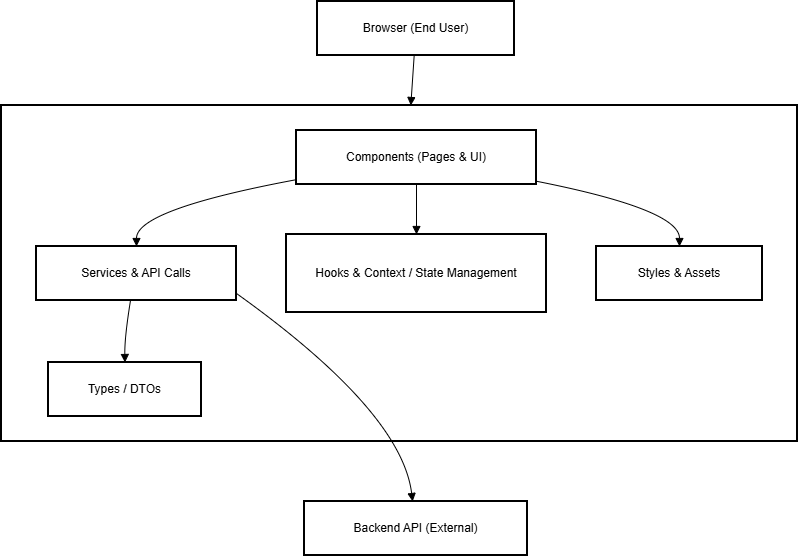
The draw.io diagram docs/diagrams/architecture/frontend-architecture-diagram.png in python-projects-fernando/ScheduleFlow, before a commit. Source tidied: cells renumbered, new cells last; positions are measured from the earlier drawing's top-left corner, leaving out a move shared by most shapes. The source it was exported from:
```xml
<mxGraphModel>
  <root>
    <mxCell id="0" />
    <mxCell id="1" parent="0" />
    <mxCell id="2" value="Frontend Application (React + Vite + TS)" style="whiteSpace=wrap;strokeWidth=2;" parent="1" vertex="1">
      <mxGeometry y="104" width="796" height="336" as="geometry" />
    </mxCell>
    <mxCell id="3" value="Browser (End User)" style="whiteSpace=wrap;strokeWidth=2;" parent="1" vertex="1">
      <mxGeometry x="316" width="197" height="54" as="geometry" />
    </mxCell>
    <mxCell id="4" value="Components (Pages &amp; UI)" style="whiteSpace=wrap;strokeWidth=2;" parent="1" vertex="1">
      <mxGeometry x="295" y="129" width="240" height="54" as="geometry" />
    </mxCell>
    <mxCell id="5" value="Services &amp; API Calls" style="whiteSpace=wrap;strokeWidth=2;" parent="1" vertex="1">
      <mxGeometry x="35" y="245" width="200" height="54" as="geometry" />
    </mxCell>
    <mxCell id="6" value="Hooks &amp; Context / State Management" style="whiteSpace=wrap;strokeWidth=2;" parent="1" vertex="1">
      <mxGeometry x="285" y="233" width="260" height="78" as="geometry" />
    </mxCell>
    <mxCell id="7" value="Types / DTOs" style="whiteSpace=wrap;strokeWidth=2;" parent="1" vertex="1">
      <mxGeometry x="47" y="361" width="153" height="54" as="geometry" />
    </mxCell>
    <mxCell id="8" value="Styles &amp; Assets" style="whiteSpace=wrap;strokeWidth=2;" parent="1" vertex="1">
      <mxGeometry x="595" y="245" width="166" height="54" as="geometry" />
    </mxCell>
    <mxCell id="9" value="Backend API (External)" style="whiteSpace=wrap;strokeWidth=2;" parent="1" vertex="1">
      <mxGeometry x="303" y="500" width="223" height="54" as="geometry" />
    </mxCell>
    <mxCell id="10" style="curved=1;startArrow=none;endArrow=block;exitX=0;exitY=0.91;entryX=0.5;entryY=0;rounded=0;" parent="1" edge="1" source="4" target="5">
      <mxGeometry relative="1" as="geometry">
        <Array as="points">
          <mxPoint x="135" y="208" />
        </Array>
      </mxGeometry>
    </mxCell>
    <mxCell id="11" style="curved=1;startArrow=none;endArrow=block;exitX=0.5;exitY=1;entryX=0.5;entryY=0;rounded=0;" parent="1" edge="1" source="4" target="6">
      <mxGeometry relative="1" as="geometry" />
    </mxCell>
    <mxCell id="12" style="curved=1;startArrow=none;endArrow=block;exitX=1;exitY=0.94;entryX=0.5;entryY=0;rounded=0;" parent="1" edge="1" source="4" target="8">
      <mxGeometry relative="1" as="geometry">
        <Array as="points">
          <mxPoint x="678" y="208" />
        </Array>
      </mxGeometry>
    </mxCell>
    <mxCell id="13" style="curved=1;startArrow=none;endArrow=block;exitX=0.47;exitY=1;entryX=0.5;entryY=0;rounded=0;" parent="1" edge="1" source="5" target="7">
      <mxGeometry relative="1" as="geometry">
        <Array as="points">
          <mxPoint x="123" y="336" />
        </Array>
      </mxGeometry>
    </mxCell>
    <mxCell id="14" style="curved=1;startArrow=none;endArrow=block;exitX=1;exitY=0.87;rounded=0;" parent="1" edge="1" source="5" target="9">
      <mxGeometry relative="1" as="geometry">
        <Array as="points">
          <mxPoint x="400" y="410" />
        </Array>
      </mxGeometry>
    </mxCell>
    <mxCell id="15" style="curved=1;startArrow=none;endArrow=block;rounded=0;" parent="1" edge="1" source="3" target="2">
      <mxGeometry relative="1" as="geometry" />
    </mxCell>
  </root>
</mxGraphModel>
```
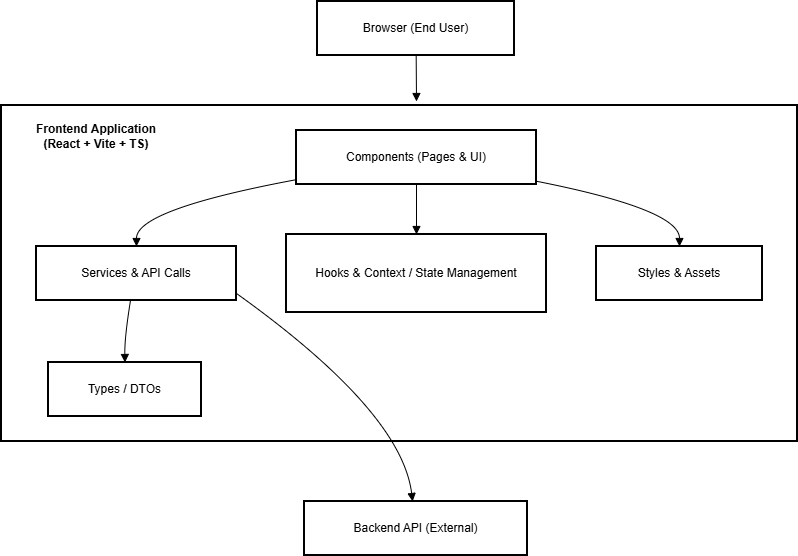
After the change.

Commit message:
docs: Update README with demo link credentials and refine architecture diagrams

Diff of the diagram source:
```diff
@@ -57,8 +57,13 @@
         </Array>
       </mxGeometry>
     </mxCell>
-    <mxCell id="15" style="curved=1;startArrow=none;endArrow=block;rounded=0;" parent="1" edge="1" source="3" target="2">
-      <mxGeometry relative="1" as="geometry" />
+    <mxCell id="15" style="curved=1;startArrow=none;endArrow=block;rounded=0;" parent="1" edge="1" source="3">
+      <mxGeometry relative="1" as="geometry">
+        <mxPoint x="415" y="100" as="targetPoint" />
+      </mxGeometry>
     </mxCell>
+    <mxCell id="16" value="Frontend Application&lt;div&gt;(React + Vite + TS&lt;span style=&quot;background-color: transparent; color: light-dark(rgb(0, 0, 0), rgb(255, 255, 255));&quot;&gt;)&lt;/span&gt;&lt;/div&gt;" style="text;html=1;whiteSpace=wrap;strokeColor=none;fillColor=none;align=center;verticalAlign=middle;rounded=0;fontStyle=1;" parent="1" vertex="1">
+      <mxGeometry x="20" y="120" width="150" height="30" as="geometry" />
+    </mxCell>
   </root>
 </mxGraphModel>
```
